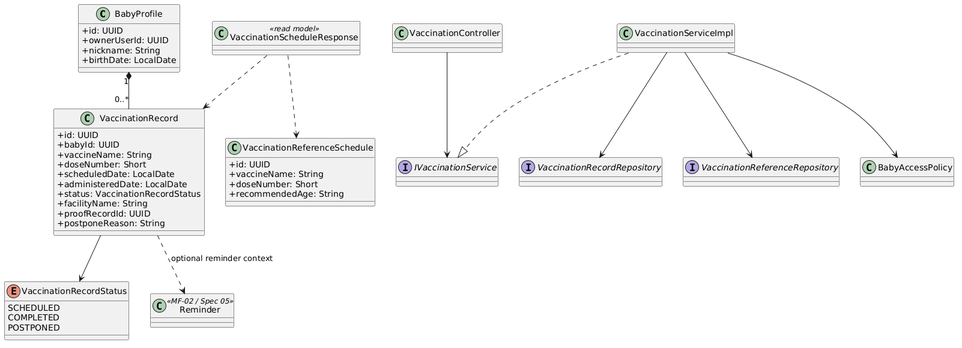
This is docs/Detailed_Design/MF03_Baby_Care_Growth_Vaccination/images/03_Vaccination_Record_Schedule_Reminder_ClassDiagram.png from ChuongBDHE172784/CareBridge_SEP490_G79, a PlantUML export, as it was before one commit. Its diagram source:
```plantuml
@startuml
skinparam classAttributeIconSize 0

class BabyProfile {
  + id: UUID
  + ownerUserId: UUID
  + nickname: String
  + birthDate: LocalDate
}

class VaccinationRecord {
  + id: UUID
  + babyId: UUID
  + vaccineName: String
  + doseNumber: Short
  + scheduledDate: LocalDate
  + administeredDate: LocalDate
  + status: VaccinationRecordStatus
  + facilityName: String
  + proofRecordId: UUID
  + postponeReason: String
}

enum VaccinationRecordStatus {
  SCHEDULED
  COMPLETED
  POSTPONED
}

class VaccinationReferenceSchedule {
  + id: UUID
  + vaccineName: String
  + doseNumber: Short
  + recommendedAge: String
}

class VaccinationScheduleResponse <<read model>>
class Reminder <<MF-02 / Spec 05>>
class VaccinationController
interface IVaccinationService
class VaccinationServiceImpl
interface VaccinationRecordRepository
interface VaccinationReferenceRepository
class BabyAccessPolicy

BabyProfile "1" *-- "0..*" VaccinationRecord
VaccinationRecord --> VaccinationRecordStatus
VaccinationScheduleResponse ..> VaccinationRecord
VaccinationScheduleResponse ..> VaccinationReferenceSchedule
VaccinationRecord ..> Reminder : optional reminder context
VaccinationController --> IVaccinationService
VaccinationServiceImpl ..|> IVaccinationService
VaccinationServiceImpl --> VaccinationRecordRepository
VaccinationServiceImpl --> VaccinationReferenceRepository
VaccinationServiceImpl --> BabyAccessPolicy
@enduml
```
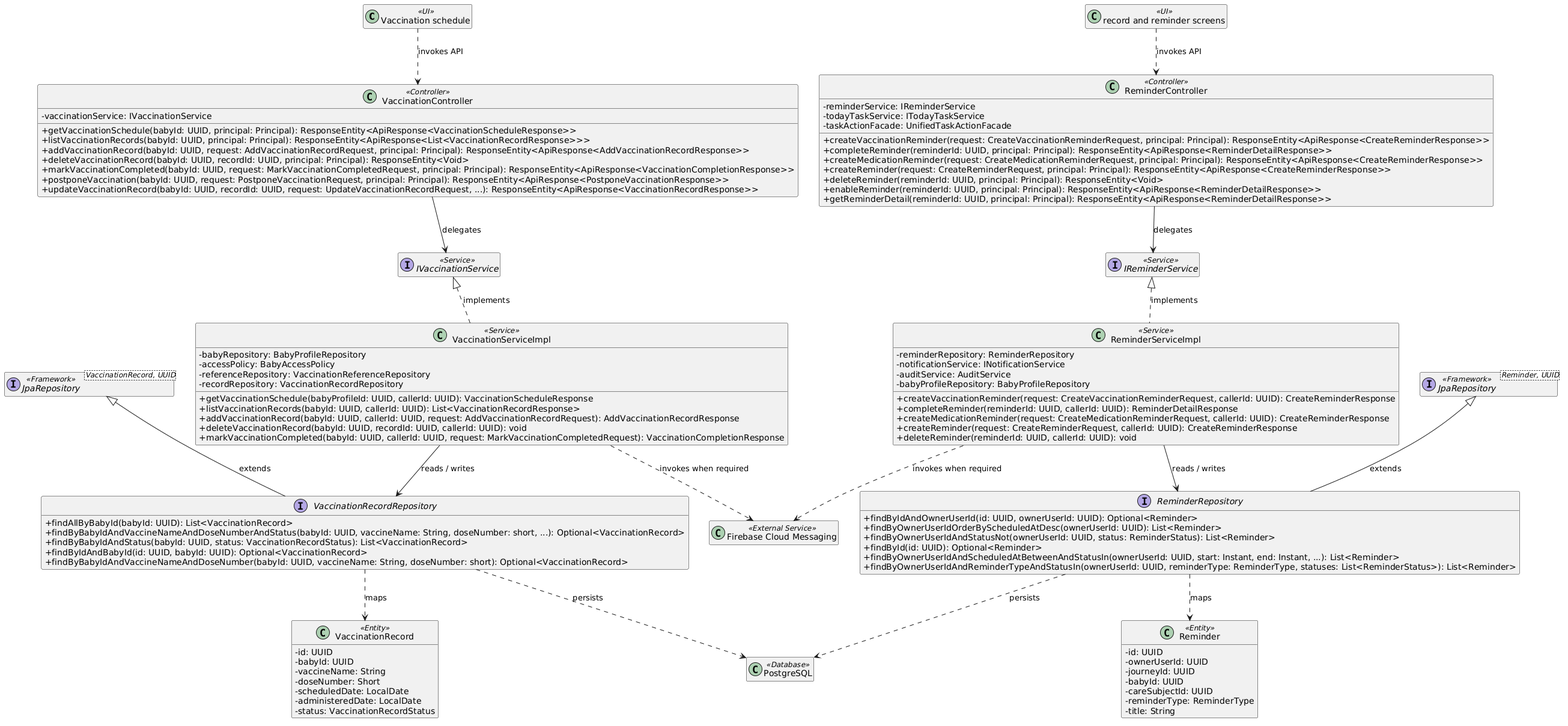
The same file after the commit.

Change to the diagram source:
```diff
@@ -1,56 +1,107 @@
 @startuml
 skinparam classAttributeIconSize 0
+hide empty members
 
-class BabyProfile {
-  + id: UUID
-  + ownerUserId: UUID
-  + nickname: String
-  + birthDate: LocalDate
+class "Vaccination schedule" as UI1 <<UI>>
+class "record and reminder screens" as UI2 <<UI>>
+class "VaccinationController" as Controller1 <<Controller>> {
+  - vaccinationService: IVaccinationService
+  + getVaccinationSchedule(babyId: UUID, principal: Principal): ResponseEntity<ApiResponse<VaccinationScheduleResponse>>
+  + listVaccinationRecords(babyId: UUID, principal: Principal): ResponseEntity<ApiResponse<List<VaccinationRecordResponse>>>
+  + addVaccinationRecord(babyId: UUID, request: AddVaccinationRecordRequest, principal: Principal): ResponseEntity<ApiResponse<AddVaccinationRecordResponse>>
+  + deleteVaccinationRecord(babyId: UUID, recordId: UUID, principal: Principal): ResponseEntity<Void>
+  + markVaccinationCompleted(babyId: UUID, request: MarkVaccinationCompletedRequest, principal: Principal): ResponseEntity<ApiResponse<VaccinationCompletionResponse>>
+  + postponeVaccination(babyId: UUID, request: PostponeVaccinationRequest, principal: Principal): ResponseEntity<ApiResponse<PostponeVaccinationResponse>>
+  + updateVaccinationRecord(babyId: UUID, recordId: UUID, request: UpdateVaccinationRecordRequest, ...): ResponseEntity<ApiResponse<VaccinationRecordResponse>>
 }
+class "ReminderController" as Controller2 <<Controller>> {
+  - reminderService: IReminderService
+  - todayTaskService: ITodayTaskService
+  - taskActionFacade: UnifiedTaskActionFacade
+  + createVaccinationReminder(request: CreateVaccinationReminderRequest, principal: Principal): ResponseEntity<ApiResponse<CreateReminderResponse>>
+  + completeReminder(reminderId: UUID, principal: Principal): ResponseEntity<ApiResponse<ReminderDetailResponse>>
+  + createMedicationReminder(request: CreateMedicationReminderRequest, principal: Principal): ResponseEntity<ApiResponse<CreateReminderResponse>>
+  + createReminder(request: CreateReminderRequest, principal: Principal): ResponseEntity<ApiResponse<CreateReminderResponse>>
+  + deleteReminder(reminderId: UUID, principal: Principal): ResponseEntity<Void>
+  + enableReminder(reminderId: UUID, principal: Principal): ResponseEntity<ApiResponse<ReminderDetailResponse>>
+  + getReminderDetail(reminderId: UUID, principal: Principal): ResponseEntity<ApiResponse<ReminderDetailResponse>>
+}
+class "VaccinationServiceImpl" as Service1 <<Service>> {
+  - babyRepository: BabyProfileRepository
+  - accessPolicy: BabyAccessPolicy
+  - referenceRepository: VaccinationReferenceRepository
+  - recordRepository: VaccinationRecordRepository
+  + getVaccinationSchedule(babyProfileId: UUID, callerId: UUID): VaccinationScheduleResponse
+  + listVaccinationRecords(babyId: UUID, callerId: UUID): List<VaccinationRecordResponse>
+  + addVaccinationRecord(babyId: UUID, callerId: UUID, request: AddVaccinationRecordRequest): AddVaccinationRecordResponse
+  + deleteVaccinationRecord(babyId: UUID, recordId: UUID, callerId: UUID): void
+  + markVaccinationCompleted(babyId: UUID, callerId: UUID, request: MarkVaccinationCompletedRequest): VaccinationCompletionResponse
+}
+class "ReminderServiceImpl" as Service2 <<Service>> {
+  - reminderRepository: ReminderRepository
+  - notificationService: INotificationService
+  - auditService: AuditService
+  - babyProfileRepository: BabyProfileRepository
+  + createVaccinationReminder(request: CreateVaccinationReminderRequest, callerId: UUID): CreateReminderResponse
+  + completeReminder(reminderId: UUID, callerId: UUID): ReminderDetailResponse
+  + createMedicationReminder(request: CreateMedicationReminderRequest, callerId: UUID): CreateReminderResponse
+  + createReminder(request: CreateReminderRequest, callerId: UUID): CreateReminderResponse
+  + deleteReminder(reminderId: UUID, callerId: UUID): void
+}
+interface "IVaccinationService" as Service1Contract <<Service>>
+interface "IReminderService" as Service2Contract <<Service>>
+interface "VaccinationRecordRepository" as Repository1 {
+  + findAllByBabyId(babyId: UUID): List<VaccinationRecord>
+  + findByBabyIdAndVaccineNameAndDoseNumberAndStatus(babyId: UUID, vaccineName: String, doseNumber: short, ...): Optional<VaccinationRecord>
+  + findByBabyIdAndStatus(babyId: UUID, status: VaccinationRecordStatus): List<VaccinationRecord>
+  + findByIdAndBabyId(id: UUID, babyId: UUID): Optional<VaccinationRecord>
+  + findByBabyIdAndVaccineNameAndDoseNumber(babyId: UUID, vaccineName: String, doseNumber: short): Optional<VaccinationRecord>
+}
+interface "ReminderRepository" as Repository2 {
+  + findByIdAndOwnerUserId(id: UUID, ownerUserId: UUID): Optional<Reminder>
+  + findByOwnerUserIdOrderByScheduledAtDesc(ownerUserId: UUID): List<Reminder>
+  + findByOwnerUserIdAndStatusNot(ownerUserId: UUID, status: ReminderStatus): List<Reminder>
+  + findById(id: UUID): Optional<Reminder>
+  + findByOwnerUserIdAndScheduledAtBetweenAndStatusIn(ownerUserId: UUID, start: Instant, end: Instant, ...): List<Reminder>
+  + findByOwnerUserIdAndReminderTypeAndStatusIn(ownerUserId: UUID, reminderType: ReminderType, statuses: List<ReminderStatus>): List<Reminder>
+}
+class "VaccinationRecord" as Entity1 <<Entity>> {
+  - id: UUID
+  - babyId: UUID
+  - vaccineName: String
+  - doseNumber: Short
+  - scheduledDate: LocalDate
+  - administeredDate: LocalDate
+  - status: VaccinationRecordStatus
+}
+class "Reminder" as Entity2 <<Entity>> {
+  - id: UUID
+  - ownerUserId: UUID
+  - journeyId: UUID
+  - babyId: UUID
+  - careSubjectId: UUID
+  - reminderType: ReminderType
+  - title: String
+}
+interface "JpaRepository<VaccinationRecord, UUID>" as Repository1Base <<Framework>>
+interface "JpaRepository<Reminder, UUID>" as Repository2Base <<Framework>>
+class "PostgreSQL" as DB <<Database>>
+class "Firebase Cloud Messaging" as External <<External Service>>
 
-class VaccinationRecord {
-  + id: UUID
-  + babyId: UUID
-  + vaccineName: String
-  + doseNumber: Short
-  + scheduledDate: LocalDate
-  + administeredDate: LocalDate
-  + status: VaccinationRecordStatus
-  + facilityName: String
-  + proofRecordId: UUID
-  + postponeReason: String
-}
-
-enum VaccinationRecordStatus {
-  SCHEDULED
-  COMPLETED
-  POSTPONED
-}
-
-class VaccinationReferenceSchedule {
-  + id: UUID
-  + vaccineName: String
-  + doseNumber: Short
-  + recommendedAge: String
-}
-
-class VaccinationScheduleResponse <<read model>>
-class Reminder <<MF-02 / Spec 05>>
-class VaccinationController
-interface IVaccinationService
-class VaccinationServiceImpl
-interface VaccinationRecordRepository
-interface VaccinationReferenceRepository
-class BabyAccessPolicy
-
-BabyProfile "1" *-- "0..*" VaccinationRecord
-VaccinationRecord --> VaccinationRecordStatus
-VaccinationScheduleResponse ..> VaccinationRecord
-VaccinationScheduleResponse ..> VaccinationReferenceSchedule
-VaccinationRecord ..> Reminder : optional reminder context
-VaccinationController --> IVaccinationService
-VaccinationServiceImpl ..|> IVaccinationService
-VaccinationServiceImpl --> VaccinationRecordRepository
-VaccinationServiceImpl --> VaccinationReferenceRepository
-VaccinationServiceImpl --> BabyAccessPolicy
+Service1Contract <|.. Service1 : implements
+Service2Contract <|.. Service2 : implements
+Repository1Base <|-- Repository1 : extends
+Repository2Base <|-- Repository2 : extends
+UI1 ..> Controller1 : invokes API
+UI2 ..> Controller2 : invokes API
+Controller1 --> Service1Contract : delegates
+Controller2 --> Service2Contract : delegates
+Service1 --> Repository1 : reads / writes
+Service2 --> Repository2 : reads / writes
+Repository1 ..> Entity1 : maps
+Repository1 ..> DB : persists
+Repository2 ..> Entity2 : maps
+Repository2 ..> DB : persists
+Service1 ..> External : invokes when required
+Service2 ..> External : invokes when required
 @enduml
```
